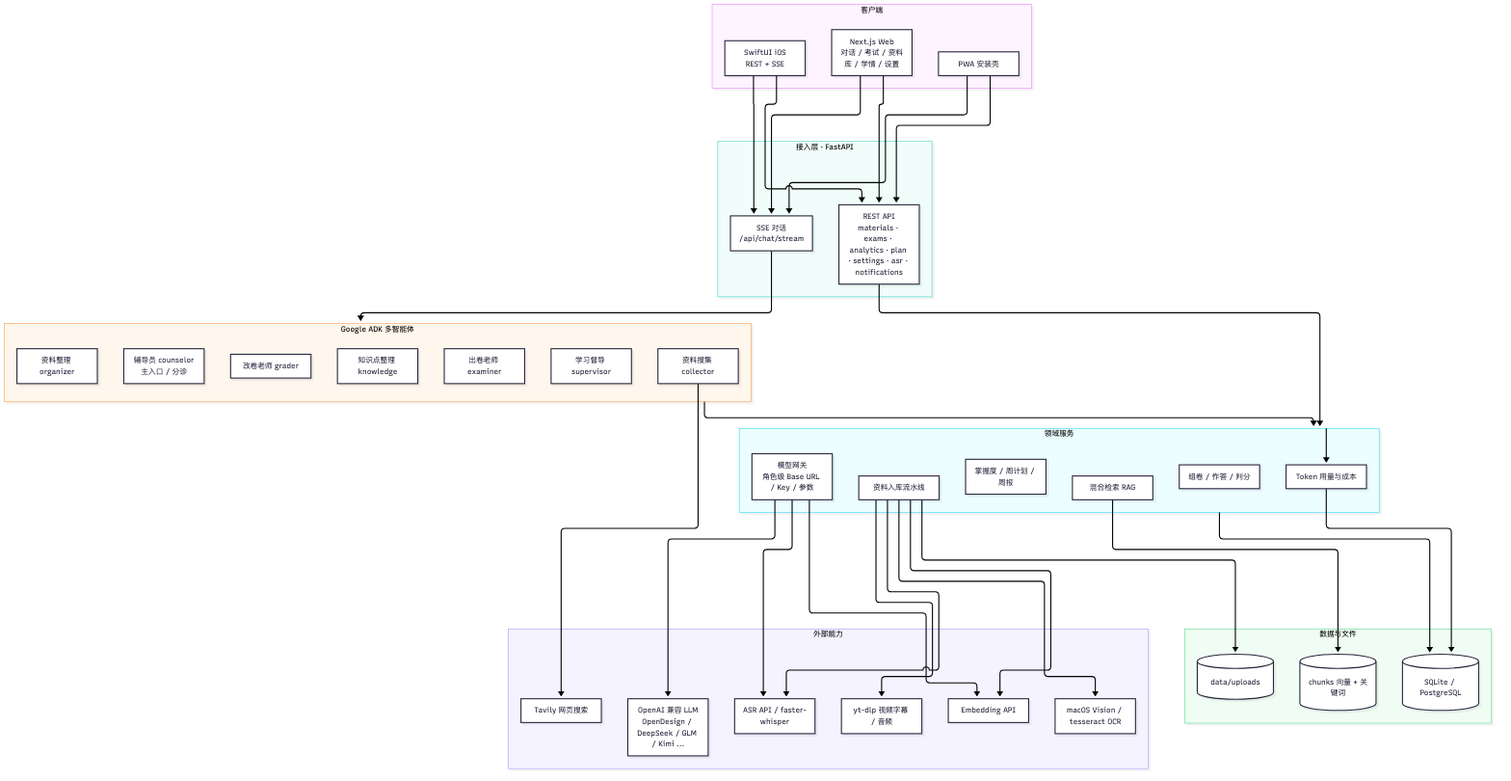
yijiejiang/kaogong-school keeps this Mermaid diagram as docs/diagrams/overview.png. Above is the earlier version. Its source is kept beside it as docs/diagrams/overview.mmd.
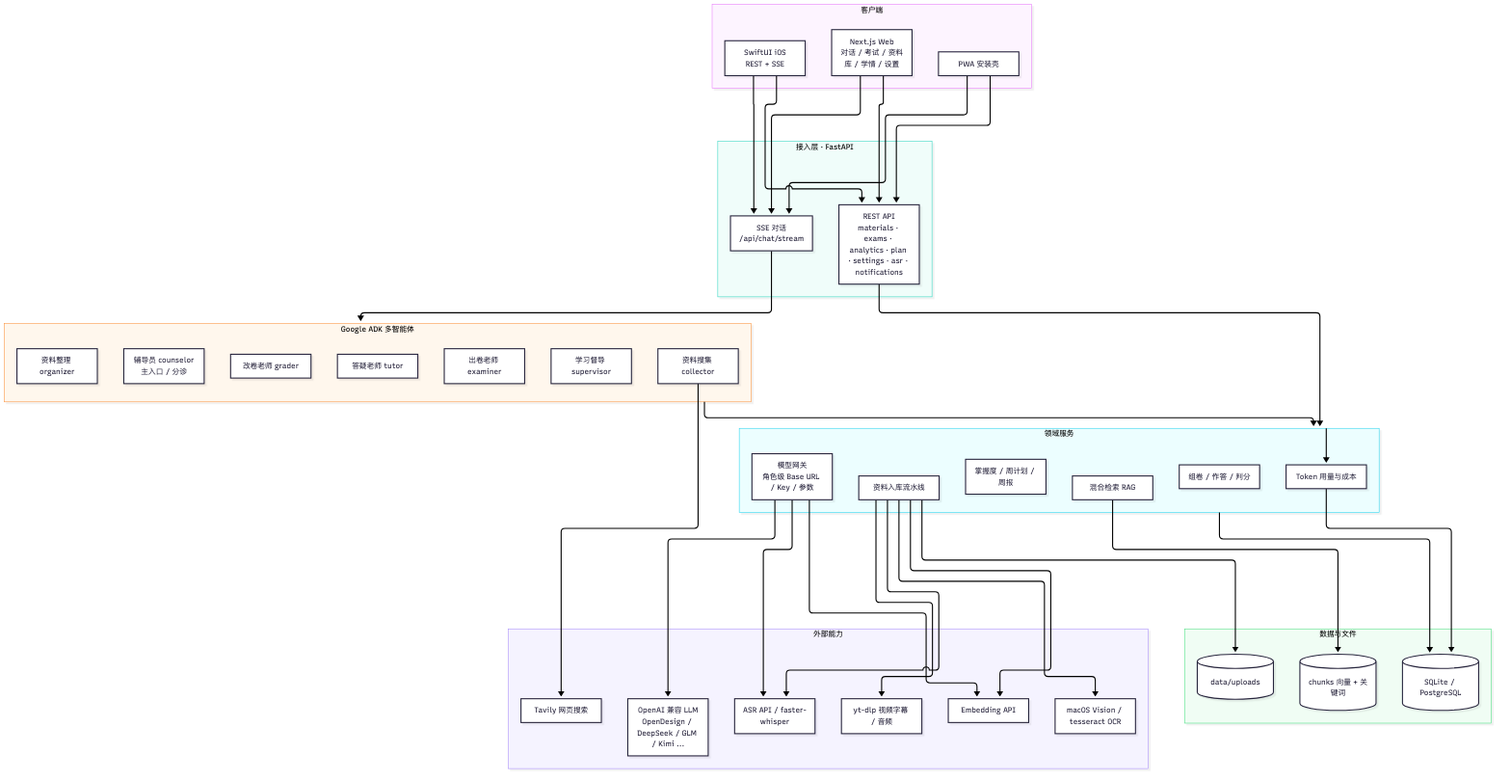
After the change.

Commit message:
重生成总览架构图，去掉已合并的知识点整理角色

What changed in the source:
```diff
@@ -17,7 +17,7 @@
     Grader["改卷老师 grader"]
     Collector["资料搜集 collector"]
     Organizer["资料整理 organizer"]
-    Knowledge["知识点整理 knowledge"]
+    Tutor["答疑老师 tutor"]
   end
 
   subgraph Domain["领域服务"]
```
